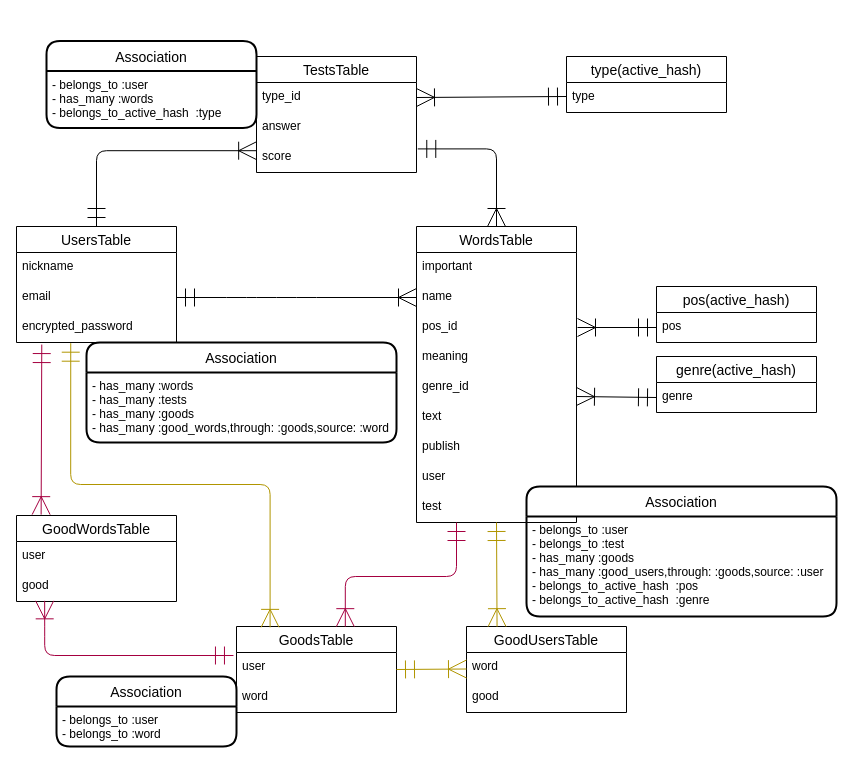
This is ER .dio from wakachico/my-dic, a draw.io file, before an edit. Source tidied: cells renumbered, new cells numbered last; positions are measured from the earlier drawing's top-left corner, leaving out a move shared by most shapes. Both pictures are drawn from the tidied source at 100%, with x=0, y=0 at pixel (16, 40).
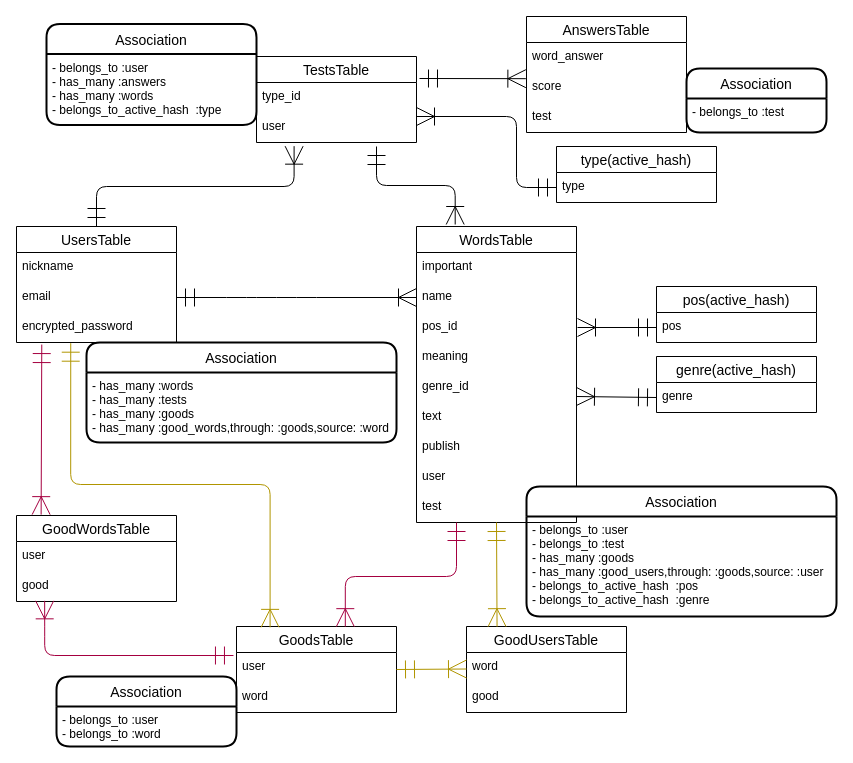
The same page after the edit.

Commit message (it also covers changes not shown here):
Answersテーブルの追加

Unchanged cells that the change refers to:
```xml
<mxCell id="2" value="UsersTable" style="swimlane;fontStyle=0;horizontal=1;startSize=26;align=center;fontSize=14;" parent="1" vertex="1">
  <mxGeometry y="186" width="160" height="116" as="geometry" />
</mxCell>
<mxCell id="9" value="WordsTable" style="swimlane;fontStyle=0;horizontal=1;startSize=26;align=center;fontSize=14;" parent="1" vertex="1">
  <mxGeometry x="400" y="186" width="160" height="296" as="geometry" />
</mxCell>
<mxCell id="37" value="type_id" style="text;strokeColor=none;fillColor=none;spacingLeft=4;spacingRight=4;overflow=hidden;points=[[0,0.5],[1,0.5]];portConstraint=eastwest;fontSize=12;" parent="36" vertex="1">
  <mxGeometry y="26" width="160" height="30" as="geometry" />
</mxCell>
<mxCell id="41" value="type" style="text;strokeColor=none;fillColor=none;spacingLeft=4;spacingRight=4;overflow=hidden;points=[[0,0.5],[1,0.5]];portConstraint=eastwest;fontSize=12;" parent="40" vertex="1">
  <mxGeometry y="26" width="160" height="30" as="geometry" />
</mxCell>
```

Diff of the diagram source:
```diff
@@
     <mxCell id="36" value="TestsTable" style="swimlane;fontStyle=0;horizontal=1;startSize=26;align=center;fontSize=14;" parent="1" vertex="1">
-      <mxGeometry x="240" y="16" width="160" height="116" as="geometry" />
+      <mxGeometry x="240" y="16" width="160" height="86" as="geometry" />
     </mxCell>
@@
-    <mxCell id="38" value="answer" style="text;strokeColor=none;fillColor=none;spacingLeft=4;spacingRight=4;overflow=hidden;fontSize=12;" parent="36" vertex="1">
-      <mxGeometry y="56" width="160" height="30" as="geometry" />
-    </mxCell>
-    <mxCell id="39" value="score" style="text;strokeColor=none;fillColor=none;spacingLeft=4;spacingRight=4;overflow=hidden;points=[[0,0.5],[1,0.5]];portConstraint=eastwest;fontSize=12;" parent="36" vertex="1">
-      <mxGeometry y="86" width="160" height="30" as="geometry" />
-    </mxCell>
+    <mxCell id="55" value="user" style="text;strokeColor=none;fillColor=none;spacingLeft=4;spacingRight=4;overflow=hidden;points=[[0,0.5],[1,0.5]];portConstraint=eastwest;fontSize=12;" parent="36" vertex="1">
+      <mxGeometry y="56" width="160" height="30" as="geometry" />
+    </mxCell>
     <mxCell id="40" value="type(active_hash)" style="swimlane;fontStyle=0;horizontal=1;startSize=26;align=center;fontSize=14;" parent="1" vertex="1">
-      <mxGeometry x="550" y="16" width="160" height="56" as="geometry" />
+      <mxGeometry x="540" y="106" width="160" height="56" as="geometry" />
     </mxCell>
@@
-    <mxCell id="42" style="fontSize=12;html=1;endArrow=ERoneToMany;startArrow=ERmandOne;startSize=16;endSize=16;entryX=1;entryY=0.5;entryDx=0;entryDy=0;" parent="1" edge="1" target="37">
+    <mxCell id="42" style="fontSize=12;html=1;endArrow=ERoneToMany;startArrow=ERmandOne;startSize=16;endSize=16;edgeStyle=orthogonalEdgeStyle;exitX=0;exitY=0.5;exitDx=0;exitDy=0;" parent="1" edge="1" source="41">
       <mxGeometry relative="1" as="geometry">
-        <mxPoint x="550" y="56" as="sourcePoint" />
+        <mxPoint x="400" y="76" as="targetPoint" />
+        <Array as="points">
+          <mxPoint x="500" y="147" />
+          <mxPoint x="500" y="76" />
+          <mxPoint x="400" y="76" />
+        </Array>
       </mxGeometry>
     </mxCell>
-    <mxCell id="43" style="fontSize=12;html=1;endArrow=ERoneToMany;startArrow=ERmandOne;startSize=16;endSize=16;entryX=0.5;entryY=0;entryDx=0;entryDy=0;edgeStyle=orthogonalEdgeStyle;exitX=1.008;exitY=0.214;exitDx=0;exitDy=0;exitPerimeter=0;" parent="1" edge="1" source="39" target="9">
-      <mxGeometry relative="1" as="geometry" />
+    <mxCell id="43" style="fontSize=12;html=1;endArrow=ERoneToMany;startArrow=ERmandOne;startSize=16;endSize=16;edgeStyle=orthogonalEdgeStyle;" parent="1" edge="1">
+      <mxGeometry relative="1" as="geometry">
+        <mxPoint x="360" y="106" as="sourcePoint" />
+        <mxPoint x="438.7" y="184" as="targetPoint" />
+        <Array as="points">
+          <mxPoint x="359.7" y="145" />
+          <mxPoint x="438.7" y="145" />
+        </Array>
+      </mxGeometry>
     </mxCell>
-    <mxCell id="44" style="fontSize=12;html=1;endArrow=ERoneToMany;startArrow=ERmandOne;startSize=16;endSize=16;entryX=0.001;entryY=0.273;entryDx=0;entryDy=0;edgeStyle=orthogonalEdgeStyle;exitX=0.5;exitY=0;exitDx=0;exitDy=0;entryPerimeter=0;" parent="1" edge="1" source="2" target="39">
-      <mxGeometry relative="1" as="geometry" />
+    <mxCell id="44" style="fontSize=12;html=1;endArrow=ERoneToMany;startArrow=ERmandOne;startSize=16;endSize=16;entryX=0.235;entryY=1.122;entryDx=0;entryDy=0;edgeStyle=orthogonalEdgeStyle;exitX=0.5;exitY=0;exitDx=0;exitDy=0;entryPerimeter=0;" parent="1" edge="1" source="2" target="55">
+      <mxGeometry relative="1" as="geometry">
+        <Array as="points">
+          <mxPoint x="80" y="146" />
+          <mxPoint x="278" y="146" />
+        </Array>
+      </mxGeometry>
     </mxCell>
@@
     <mxCell id="53" value="Association" style="swimlane;horizontal=1;startSize=30;rounded=1;fontSize=14;fontStyle=0;strokeWidth=2;shadow=0;dashed=0;align=center;labelBackgroundColor=none;" parent="1" vertex="1">
-      <mxGeometry x="30" y="0.5" width="210" height="87" as="geometry" />
+      <mxGeometry x="30" y="-16.5" width="210" height="101" as="geometry" />
     </mxCell>
-    <mxCell id="54" value="- belongs_to :user&#10;- has_many :words&#10;- belongs_to_active_hash  :type" style="align=left;strokeColor=none;fillColor=none;spacingLeft=4;fontSize=12;verticalAlign=top;labelBackgroundColor=none;" parent="53" vertex="1">
-      <mxGeometry y="30" width="210" height="57" as="geometry" />
+    <mxCell id="54" value="- belongs_to :user&#10;- has_many :answers&#10;- has_many :words&#10;- belongs_to_active_hash  :type" style="align=left;strokeColor=none;fillColor=none;spacingLeft=4;fontSize=12;verticalAlign=top;labelBackgroundColor=none;" parent="53" vertex="1">
+      <mxGeometry y="30" width="210" height="71" as="geometry" />
     </mxCell>
+    <mxCell id="56" value="AnswersTable" style="swimlane;fontStyle=0;horizontal=1;startSize=26;align=center;fontSize=14;" parent="1" vertex="1">
+      <mxGeometry x="510" y="-24" width="160" height="116" as="geometry" />
+    </mxCell>
+    <mxCell id="57" value="word_answer" style="text;strokeColor=none;fillColor=none;spacingLeft=4;spacingRight=4;overflow=hidden;fontSize=12;" parent="56" vertex="1">
+      <mxGeometry y="26" width="160" height="30" as="geometry" />
+    </mxCell>
+    <mxCell id="39" value="score" style="text;strokeColor=none;fillColor=none;spacingLeft=4;spacingRight=4;overflow=hidden;points=[[0,0.5],[1,0.5]];portConstraint=eastwest;fontSize=12;" parent="56" vertex="1">
+      <mxGeometry y="56" width="160" height="30" as="geometry" />
+    </mxCell>
+    <mxCell id="58" value="test" style="text;strokeColor=none;fillColor=none;spacingLeft=4;spacingRight=4;overflow=hidden;fontSize=12;" parent="56" vertex="1">
+      <mxGeometry y="86" width="160" height="30" as="geometry" />
+    </mxCell>
+    <mxCell id="59" style="fontSize=12;html=1;endArrow=ERoneToMany;startArrow=ERmandOne;startSize=16;endSize=16;entryX=-0.004;entryY=0.206;entryDx=0;entryDy=0;entryPerimeter=0;" parent="1" edge="1" target="39">
+      <mxGeometry relative="1" as="geometry">
+        <mxPoint x="403" y="38" as="sourcePoint" />
+      </mxGeometry>
+    </mxCell>
+    <mxCell id="60" value="Association" style="swimlane;horizontal=1;startSize=30;rounded=1;fontSize=14;fontStyle=0;strokeWidth=2;shadow=0;dashed=0;align=center;labelBackgroundColor=none;" parent="1" vertex="1">
+      <mxGeometry x="670" y="28" width="140" height="64" as="geometry" />
+    </mxCell>
+    <mxCell id="61" value="- belongs_to :test" style="align=left;strokeColor=none;fillColor=none;spacingLeft=4;fontSize=12;verticalAlign=top;labelBackgroundColor=none;" parent="60" vertex="1">
+      <mxGeometry y="30" width="140" height="34" as="geometry" />
+    </mxCell>
+    <mxCell id="62" style="edgeStyle=none;rounded=0;jettySize=auto;html=1;exitX=0.5;exitY=1;exitDx=0;exitDy=0;startArrow=ERmandOne;startFill=0;endArrow=ERoneToMany;endFill=0;startSize=16;endSize=16;" parent="60" edge="1" source="60" target="61">
+      <mxGeometry relative="1" as="geometry" />
+    </mxCell>
```
